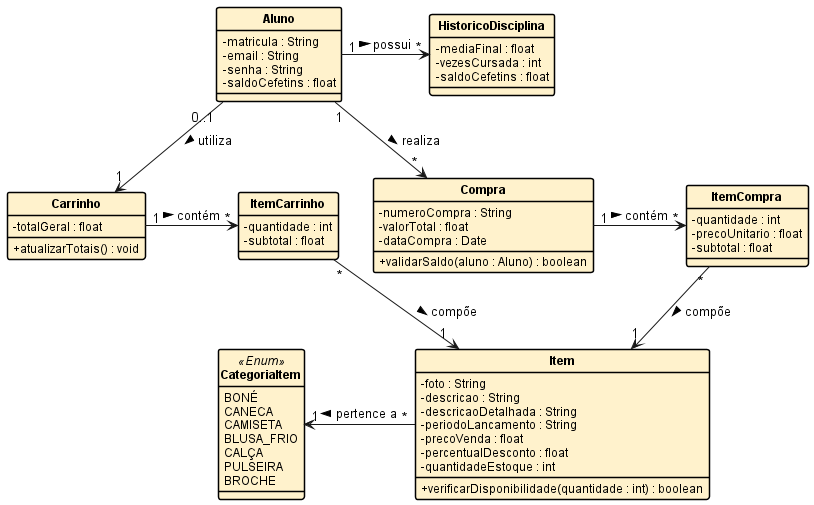
This is docs/modelo_essencial.png from evandrovieiramafort/rascunhoIntegrador, a PlantUML export, as it was before one commit.
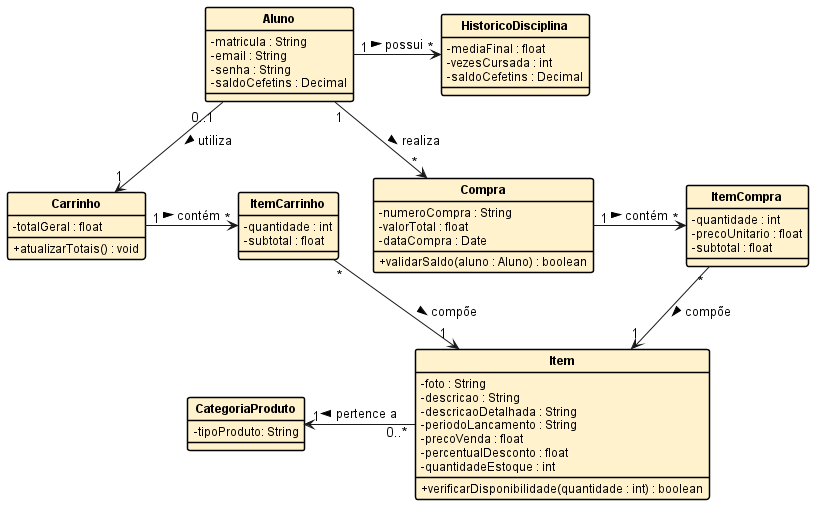
After the change.

Commit message:
Sobe diagrama corrigido

Change to the diagram source:
```diff
@@ -1,27 +1,21 @@
 @startuml
-!include estilo.puml
+!include config/estilo.puml
 
 class "<b>Aluno</b>" as Aluno {
   - matricula : String
   - email : String
   - senha : String
-  - saldoCefetins : float
+  - saldoCefetins : Decimal
 }
 
 class "<b>HistoricoDisciplina</b>" as HistoricoDisciplina {
   - mediaFinal : float
   - vezesCursada : int
-  - saldoCefetins : float
+  - saldoCefetins : Decimal
 }
 
-enum "<b>CategoriaItem</b>" as CategoriaItem <<Enum>> {
-  BONÉ
-  CANECA
-  CAMISETA
-  BLUSA_FRIO
-  CALÇA
-  PULSEIRA
-  BROCHE
+class "<b>CategoriaProduto</b>" as CategoriaProduto {
+  - tipoProduto: String
 }
 
 class "<b>Item</b>" as Item {
@@ -66,6 +60,7 @@
 Aluno "1" -down-> "*" Compra : realiza >
 Compra "1" -right-> "*" ItemCompra : contém >
 ItemCompra "*" -down-> "1" Item : compõe >
-Item "*" -left-> "1" CategoriaItem : pertence a >
+Item "0..*" -left-> "1" CategoriaProduto : pertence a >
+
 
 @enduml
```
